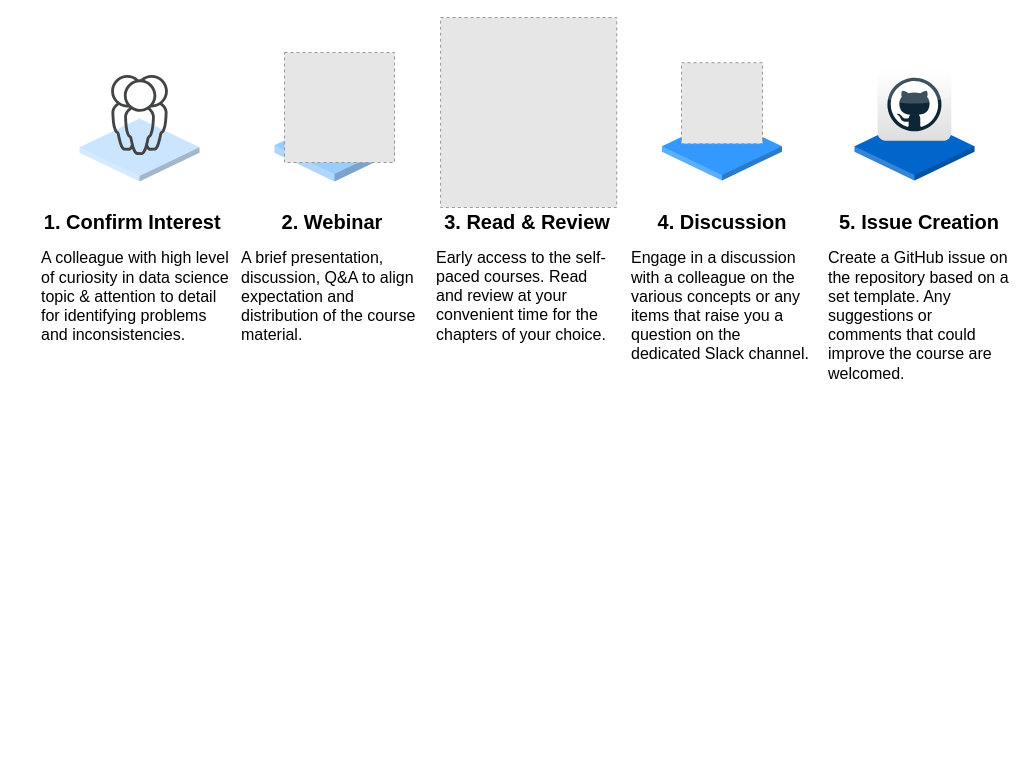
Above: engagement_flow.drawio in ohikendoit/data_architect_foundation (draw.io), before the change. Source tidied: cells renumbered, new cells numbered last; positions are measured from the earlier drawing's top-left corner, leaving out a move shared by most shapes. Both pictures are drawn from the tidied source at 100%, with x=0, y=0 at pixel (36, 17). Pictures stored in the file or linked from it are replaced by grey dashed boxes.
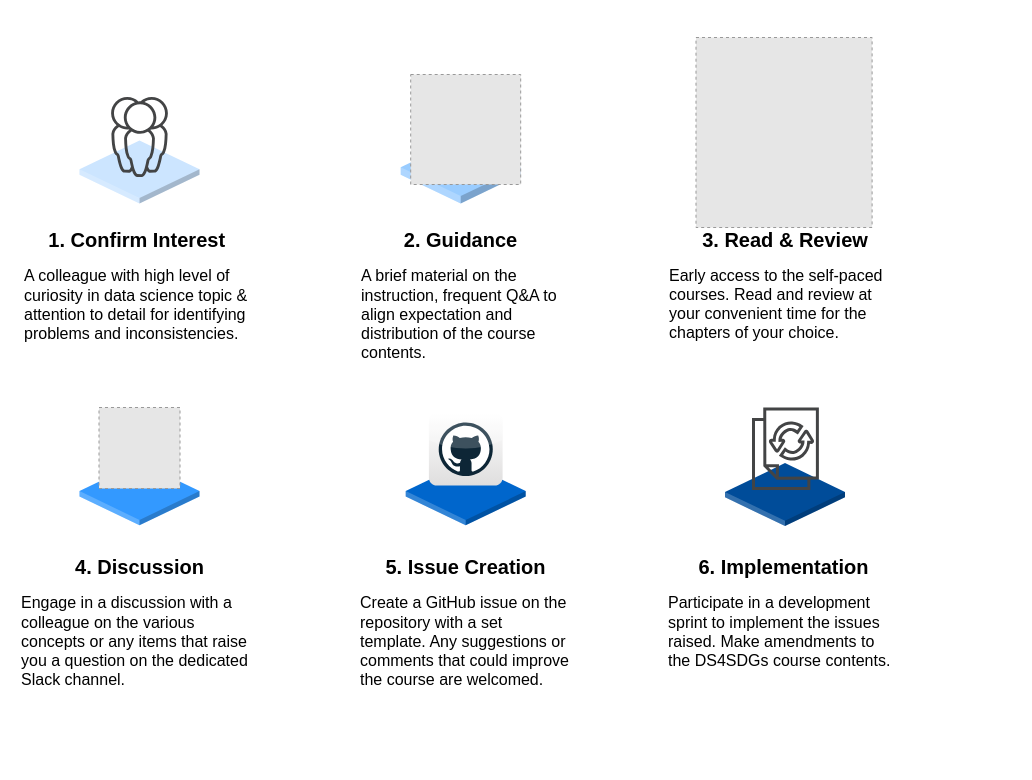
After the change.

The edit, as a diff of the source:
```diff
@@
 <mxGraphModel>
   <root>
     <mxCell id="0" />
     <mxCell id="1" parent="0" />
     <mxCell id="2" style="verticalLabelPosition=bottom;verticalAlign=top;html=1;shape=mxgraph.infographic.shadedCube;isoAngle=15;fillColor=#CCE5FF;strokeColor=none;fontFamily=Helvetica;fontSize=20;align=center;strokeWidth=2;fontColor=default;" parent="1" vertex="1">
-      <mxGeometry x="43" y="101" width="120" height="63" as="geometry" />
+      <mxGeometry x="43" y="123" width="120" height="63" as="geometry" />
     </mxCell>
     <mxCell id="3" style="verticalLabelPosition=bottom;verticalAlign=top;html=1;shape=mxgraph.infographic.shadedCube;isoAngle=15;fillColor=#99CCFF;strokeColor=none;fontFamily=Helvetica;fontSize=20;align=center;strokeWidth=2;fontColor=default;" parent="1" vertex="1">
-      <mxGeometry x="238" y="99" width="120" height="65" as="geometry" />
+      <mxGeometry x="364.2" y="121" width="120" height="65" as="geometry" />
     </mxCell>
     <mxCell id="4" value="&lt;h1 style=&quot;font-size: 20px&quot;&gt;&lt;font style=&quot;font-size: 20px&quot;&gt;1. Confirm Interest&amp;nbsp;&lt;/font&gt;&lt;/h1&gt;&lt;p style=&quot;text-align: left&quot;&gt;&lt;font style=&quot;font-size: 16px&quot;&gt;A colleague with high level of curiosity in data science topic &amp;amp; attention to detail for identifying problems and inconsistencies.&lt;/font&gt;&lt;/p&gt;" style="text;html=1;spacing=5;spacingTop=-20;whiteSpace=wrap;overflow=hidden;strokeWidth=2;fillColor=none;gradientColor=none;fontSize=14;align=center;fontColor=default;" parent="1" vertex="1">
-      <mxGeometry x="0.5" y="190" width="196" height="160" as="geometry" />
+      <mxGeometry x="-16.4" y="207.5" width="238.8" height="160" as="geometry" />
     </mxCell>
     <mxCell id="5" style="sketch=0;shadow=0;dashed=0;html=1;strokeColor=none;fillColor=#434445;labelPosition=center;verticalLabelPosition=bottom;verticalAlign=top;align=center;shape=mxgraph.vvd.user_group;fontColor=default;" parent="1" vertex="1">
-      <mxGeometry x="74.6" y="57.5" width="56.8" height="80" as="geometry" />
+      <mxGeometry x="74.6" y="79.5" width="56.8" height="80" as="geometry" />
     </mxCell>
     <mxCell id="6" style="fillColor=#E6E6E6;strokeColor=#999999;dashed=1;verticalLabelPosition=bottom;labelBackgroundColor=#ffffff;verticalAlign=top;fontColor=default;" parent="1" vertex="1">
-      <mxGeometry x="248" y="35" width="110" height="110" as="geometry" />
+      <mxGeometry x="374.2" y="57" width="110" height="110" as="geometry" />
     </mxCell>
-    <mxCell id="7" value="&lt;h1 style=&quot;font-size: 20px&quot;&gt;&lt;font style=&quot;font-size: 20px&quot;&gt;2. Webinar&lt;/font&gt;&lt;/h1&gt;&lt;p style=&quot;text-align: left&quot;&gt;&lt;font style=&quot;font-size: 16px&quot;&gt;A brief presentation, discussion, Q&amp;amp;A to align expectation and distribution of the course material.&lt;/font&gt;&lt;/p&gt;" style="text;html=1;spacing=5;spacingTop=-20;whiteSpace=wrap;overflow=hidden;strokeWidth=2;fillColor=none;gradientColor=none;fontSize=14;align=center;fontColor=default;" parent="1" vertex="1">
-      <mxGeometry x="200.5" y="190" width="190" height="140" as="geometry" />
+    <mxCell id="7" value="&lt;h1 style=&quot;font-size: 20px&quot;&gt;&lt;font style=&quot;font-size: 20px&quot;&gt;2. Guidance&lt;/font&gt;&lt;/h1&gt;&lt;p style=&quot;text-align: left&quot;&gt;&lt;font style=&quot;font-size: 16px&quot;&gt;A brief material on the instruction, frequent Q&amp;amp;A to align expectation and distribution of the course contents.&lt;/font&gt;&lt;/p&gt;" style="text;html=1;spacing=5;spacingTop=-20;whiteSpace=wrap;overflow=hidden;strokeWidth=2;fillColor=none;gradientColor=none;fontSize=14;align=center;fontColor=default;" parent="1" vertex="1">
+      <mxGeometry x="320.8" y="207.5" width="206.9" height="140" as="geometry" />
     </mxCell>
     <mxCell id="8" style="verticalLabelPosition=bottom;verticalAlign=top;html=1;shape=mxgraph.infographic.shadedCube;isoAngle=15;fillColor=#66B2FF;strokeColor=none;fontFamily=Helvetica;fontSize=20;align=center;strokeWidth=2;fontColor=default;" parent="1" vertex="1">
-      <mxGeometry x="433" y="101" width="120" height="65" as="geometry" />
+      <mxGeometry x="688.5" y="121" width="120" height="65" as="geometry" />
     </mxCell>
     <mxCell id="9" style="fillColor=#E6E6E6;strokeColor=#999999;dashed=1;verticalLabelPosition=bottom;labelBackgroundColor=#ffffff;verticalAlign=top;fontColor=default;" parent="1" vertex="1">
-      <mxGeometry x="404.1" width="176.1" height="190" as="geometry" />
+      <mxGeometry x="659.5" y="20" width="176.1" height="190" as="geometry" />
     </mxCell>
     <mxCell id="10" value="&lt;h1 style=&quot;font-size: 20px&quot;&gt;3. Read &amp;amp; Review&lt;/h1&gt;&lt;div style=&quot;text-align: left&quot;&gt;&lt;font style=&quot;font-size: 16px&quot;&gt;Early access to the self-paced courses. Read and review at your convenient time for the chapters of your choice.&lt;/font&gt;&lt;/div&gt;" style="text;html=1;spacing=5;spacingTop=-20;whiteSpace=wrap;overflow=hidden;strokeWidth=2;fillColor=none;gradientColor=none;fontSize=14;align=center;fontColor=default;" parent="1" vertex="1">
-      <mxGeometry x="395.5" y="190" width="190" height="190" as="geometry" />
+      <mxGeometry x="628.9" y="207.5" width="240" height="140" as="geometry" />
     </mxCell>
     <mxCell id="11" style="verticalLabelPosition=bottom;verticalAlign=top;html=1;shape=mxgraph.infographic.shadedCube;isoAngle=15;fillColor=#3399FF;strokeColor=none;fontFamily=Helvetica;fontSize=20;align=center;strokeWidth=2;fontColor=default;" parent="1" vertex="1">
-      <mxGeometry x="625.5" y="100" width="120" height="63" as="geometry" />
+      <mxGeometry x="43" y="444.8" width="120" height="63" as="geometry" />
     </mxCell>
     <mxCell id="12" style="verticalLabelPosition=bottom;verticalAlign=top;html=1;shape=mxgraph.infographic.shadedCube;isoAngle=15;fillColor=#0066CC;strokeColor=none;fontFamily=Helvetica;fontSize=20;align=center;strokeWidth=2;fontColor=default;" parent="1" vertex="1">
-      <mxGeometry x="818" y="100" width="120" height="63" as="geometry" />
+      <mxGeometry x="369.2" y="444.8" width="120" height="63" as="geometry" />
     </mxCell>
     <mxCell id="13" value="&lt;h1 style=&quot;font-size: 20px&quot;&gt;&lt;font style=&quot;font-size: 20px&quot;&gt;4. Discussion&lt;/font&gt;&lt;/h1&gt;&lt;p style=&quot;text-align: left&quot;&gt;&lt;span style=&quot;font-size: 16px&quot;&gt;Engage in a discussion with a colleague on the various concepts or any items that raise you a question on the dedicated Slack channel.&lt;/span&gt;&lt;/p&gt;" style="text;html=1;spacing=5;spacingTop=-20;whiteSpace=wrap;overflow=hidden;strokeWidth=2;fillColor=none;gradientColor=none;fontSize=14;align=center;fontColor=default;" parent="1" vertex="1">
-      <mxGeometry x="590.5" y="190" width="190" height="210" as="geometry" />
+      <mxGeometry x="-19.2" y="534.8" width="244.5" height="210" as="geometry" />
     </mxCell>
-    <mxCell id="14" value="&lt;h1 style=&quot;font-size: 20px&quot;&gt;&lt;font style=&quot;font-size: 20px&quot;&gt;5. Issue Creation&lt;/font&gt;&lt;/h1&gt;&lt;p style=&quot;text-align: left&quot;&gt;&lt;font style=&quot;font-size: 16px&quot;&gt;Create a GitHub issue on the repository based on a set template. Any suggestions or comments that could improve the course are welcomed.&lt;/font&gt;&lt;/p&gt;" style="text;html=1;spacing=5;spacingTop=-20;whiteSpace=wrap;overflow=hidden;strokeWidth=2;fillColor=none;gradientColor=none;fontSize=14;align=center;fontColor=default;" parent="1" vertex="1">
-      <mxGeometry x="788" y="190" width="190" height="180" as="geometry" />
+    <mxCell id="14" value="&lt;h1 style=&quot;font-size: 20px&quot;&gt;&lt;font style=&quot;font-size: 20px&quot;&gt;5. Issue Creation&lt;/font&gt;&lt;/h1&gt;&lt;p style=&quot;text-align: left&quot;&gt;&lt;font style=&quot;font-size: 16px&quot;&gt;Create a GitHub issue on the repository with a set template. Any suggestions or comments that could improve the course are welcomed.&lt;/font&gt;&lt;/p&gt;" style="text;html=1;spacing=5;spacingTop=-20;whiteSpace=wrap;overflow=hidden;strokeWidth=2;fillColor=none;gradientColor=none;fontSize=14;align=center;fontColor=default;" parent="1" vertex="1">
+      <mxGeometry x="319.9" y="534.8" width="218.8" height="180" as="geometry" />
     </mxCell>
     <mxCell id="15" style="dashed=0;html=1;align=center;labelPosition=center;verticalLabelPosition=bottom;verticalAlign=top;shape=mxgraph.webicons.github;gradientColor=#DFDEDE;fillColor=default;strokeColor=default;fontColor=default;" parent="1" vertex="1">
-      <mxGeometry x="841.1" y="50.8" width="73.7" height="72.4" as="geometry" />
+      <mxGeometry x="392.4" y="395.6" width="73.7" height="72.4" as="geometry" />
     </mxCell>
     <mxCell id="16" style="fillColor=#E6E6E6;strokeColor=#999999;dashed=1;verticalLabelPosition=bottom;labelBackgroundColor=#ffffff;verticalAlign=top;fontColor=default;" parent="1" vertex="1">
-      <mxGeometry x="645" y="45.2" width="81" height="81" as="geometry" />
+      <mxGeometry x="62.5" y="390" width="81" height="81" as="geometry" />
     </mxCell>
+    <mxCell id="17" style="verticalLabelPosition=bottom;verticalAlign=top;html=1;shape=mxgraph.infographic.shadedCube;isoAngle=15;fillColor=#004C99;strokeColor=none;fontFamily=Helvetica;fontSize=20;align=center;strokeWidth=2;fontColor=default;" parent="1" vertex="1">
+      <mxGeometry x="688.5" y="445.6" width="120" height="63" as="geometry" />
+    </mxCell>
+    <mxCell id="18" value="&lt;h1 style=&quot;font-size: 20px&quot;&gt;&lt;font style=&quot;font-size: 20px&quot;&gt;6. Implementation&lt;/font&gt;&lt;/h1&gt;&lt;p style=&quot;text-align: left&quot;&gt;&lt;font style=&quot;font-size: 16px&quot;&gt;Participate in a development sprint to implement the issues raised. Make amendments to the DS4SDGs course contents.&lt;/font&gt;&lt;/p&gt;" style="text;html=1;spacing=5;spacingTop=-20;whiteSpace=wrap;overflow=hidden;strokeWidth=2;fillColor=none;gradientColor=none;fontSize=14;align=center;fontColor=default;" parent="1" vertex="1">
+      <mxGeometry x="628" y="534.8" width="239.1" height="180" as="geometry" />
+    </mxCell>
+    <mxCell id="19" style="sketch=0;shadow=0;dashed=0;html=1;strokeColor=none;fillColor=#434445;labelPosition=center;verticalLabelPosition=bottom;verticalAlign=top;align=center;shape=mxgraph.vvd.site_recovery_functional_icon;" parent="1" vertex="1">
+      <mxGeometry x="715.5" y="390" width="66.9" height="82.6" as="geometry" />
+    </mxCell>
   </root>
 </mxGraphModel>
```
